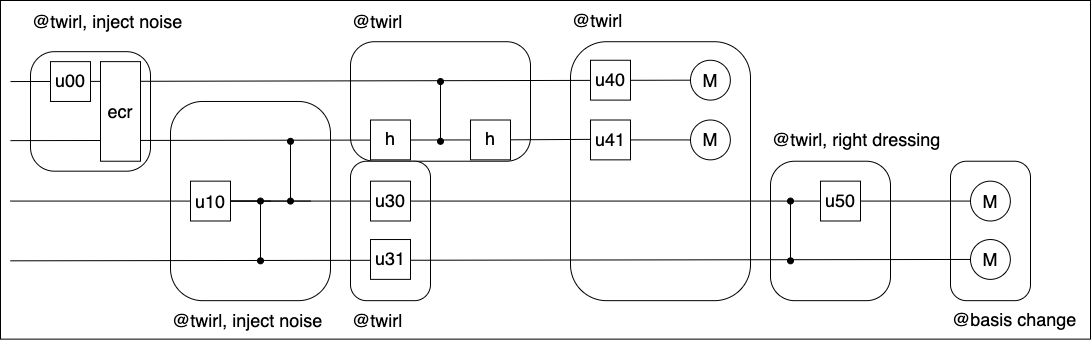
The draw.io diagram docs/figs/dressed_box.drawio.png in Qiskit/samplomatic, before a commit. Source tidied: cells renumbered, new cells last; positions are measured from the earlier drawing's top-left corner, leaving out a move shared by most shapes.
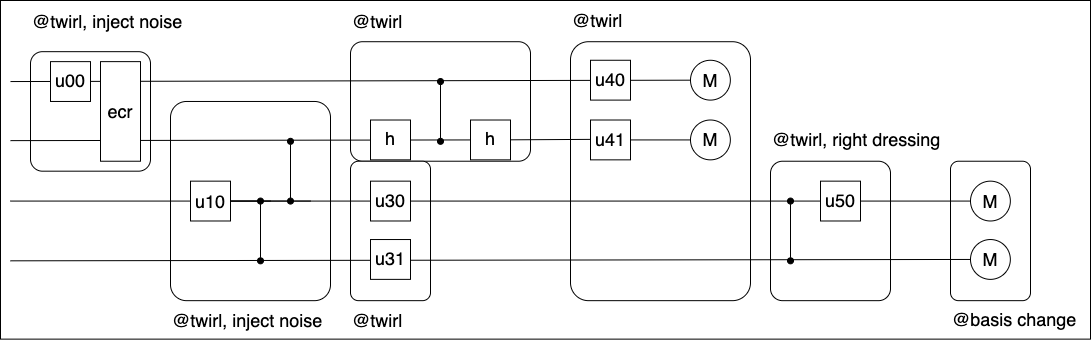
After the change.

What changed in the source:
```diff
@@ -8,16 +8,16 @@
     <mxCell id="3" style="rounded=0;whiteSpace=wrap;html=1;fontSize=18;" parent="2" vertex="1">
       <mxGeometry width="1090" height="338.6" as="geometry" />
     </mxCell>
-    <mxCell id="4" style="rounded=1;whiteSpace=wrap;html=1;arcSize=20;fontSize=18;" parent="2" vertex="1">
+    <mxCell id="4" style="rounded=1;whiteSpace=wrap;html=1;arcSize=10;fontSize=18;" parent="2" vertex="1">
       <mxGeometry x="950" y="160.7" width="80" height="139.4" as="geometry" />
     </mxCell>
-    <mxCell id="5" style="rounded=1;whiteSpace=wrap;html=1;arcSize=20;fontSize=18;" parent="2" vertex="1">
+    <mxCell id="5" style="rounded=1;whiteSpace=wrap;html=1;arcSize=10;fontSize=18;" parent="2" vertex="1">
       <mxGeometry x="30" y="51.2" width="120" height="119.5" as="geometry" />
     </mxCell>
     <mxCell id="6" value="&lt;font&gt;@twirl, inject noise&lt;/font&gt;" style="text;html=1;align=left;verticalAlign=middle;whiteSpace=wrap;rounded=0;fontSize=18;" parent="2" vertex="1">
       <mxGeometry x="30" y="1.4" width="180" height="39.8" as="geometry" />
     </mxCell>
-    <mxCell id="7" style="rounded=1;whiteSpace=wrap;html=1;arcSize=20;fontSize=18;" parent="2" vertex="1">
+    <mxCell id="7" style="rounded=1;whiteSpace=wrap;html=1;arcSize=10;fontSize=18;" parent="2" vertex="1">
       <mxGeometry x="170" y="101" width="160" height="199.2" as="geometry" />
     </mxCell>
     <mxCell id="8" style="endArrow=none;html=1;entryX=0;entryY=0.5;entryDx=0;entryDy=0;fontSize=18;" parent="2" edge="1">
@@ -46,7 +46,7 @@
         <mxPoint x="290" y="140.8" as="targetPoint" />
       </mxGeometry>
     </mxCell>
-    <mxCell id="13" style="rounded=1;whiteSpace=wrap;html=1;arcSize=20;fontSize=18;" parent="2" vertex="1">
+    <mxCell id="13" style="rounded=1;whiteSpace=wrap;html=1;arcSize=10;fontSize=18;" parent="2" vertex="1">
       <mxGeometry x="350" y="41.2" width="180" height="119.5" as="geometry" />
     </mxCell>
     <mxCell id="14" style="endArrow=oval;startArrow=oval;html=1;startFill=1;endFill=1;fontSize=18;" parent="2" edge="1">
@@ -58,7 +58,7 @@
     <mxCell id="15" value="&lt;font&gt;@twirl&lt;/font&gt;" style="text;html=1;align=left;verticalAlign=middle;whiteSpace=wrap;rounded=0;fontSize=18;" parent="2" vertex="1">
       <mxGeometry x="350" y="1.4" width="180" height="39.8" as="geometry" />
     </mxCell>
-    <mxCell id="16" style="rounded=1;whiteSpace=wrap;html=1;arcSize=20;fontSize=18;" parent="2" vertex="1">
+    <mxCell id="16" style="rounded=1;whiteSpace=wrap;html=1;arcSize=10;fontSize=18;" parent="2" vertex="1">
       <mxGeometry x="770" y="160.7" width="120" height="139.4" as="geometry" />
     </mxCell>
     <mxCell id="17" style="endArrow=none;html=1;entryX=0;entryY=0.5;entryDx=0;entryDy=0;fontSize=18;" parent="2" edge="1">
@@ -76,7 +76,7 @@
     <mxCell id="19" value="&lt;font&gt;@twirl, right dressing&lt;/font&gt;" style="text;html=1;align=left;verticalAlign=middle;whiteSpace=wrap;rounded=0;fontSize=18;" parent="2" vertex="1">
       <mxGeometry x="770" y="119.5" width="180" height="39.8" as="geometry" />
     </mxCell>
-    <mxCell id="20" style="rounded=1;whiteSpace=wrap;html=1;arcSize=20;fontSize=18;" parent="2" vertex="1">
+    <mxCell id="20" style="rounded=1;whiteSpace=wrap;html=1;arcSize=10;fontSize=18;" parent="2" vertex="1">
       <mxGeometry x="570" y="41.2" width="180" height="258.9" as="geometry" />
     </mxCell>
     <mxCell id="21" value="&lt;font&gt;@twirl&lt;/font&gt;" style="text;html=1;align=left;verticalAlign=middle;whiteSpace=wrap;rounded=0;fontSize=18;" parent="2" vertex="1">
@@ -105,7 +105,7 @@
     <mxCell id="27" value="M" style="ellipse;whiteSpace=wrap;html=1;fontSize=18;" parent="2" vertex="1">
       <mxGeometry x="970" y="239" width="39.8" height="39.8" as="geometry" />
     </mxCell>
-    <mxCell id="28" style="rounded=1;whiteSpace=wrap;html=1;arcSize=20;fontSize=18;" parent="2" vertex="1">
+    <mxCell id="28" style="rounded=1;whiteSpace=wrap;html=1;arcSize=10;fontSize=18;" parent="2" vertex="1">
       <mxGeometry x="350" y="160.7" width="80" height="139.4" as="geometry" />
     </mxCell>
     <mxCell id="29" value="&lt;font&gt;@twirl&lt;/font&gt;" style="text;html=1;align=left;verticalAlign=middle;whiteSpace=wrap;rounded=0;fontSize=18;" parent="2" vertex="1">
```
